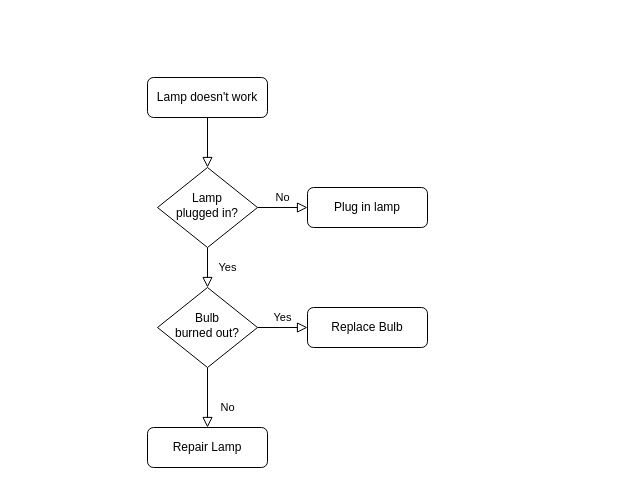
The draw.io diagram backupmanager/resources/drawio/backupmanager-process-flow.drawio in rchapin/backup_manager, before the edit. Source tidied: cells renumbered, new cells numbered last; positions are measured from the earlier drawing's top-left corner, leaving out a move shared by most shapes. Both pictures are drawn from the tidied source at 100%, with x=0, y=0 at pixel (147, 77).
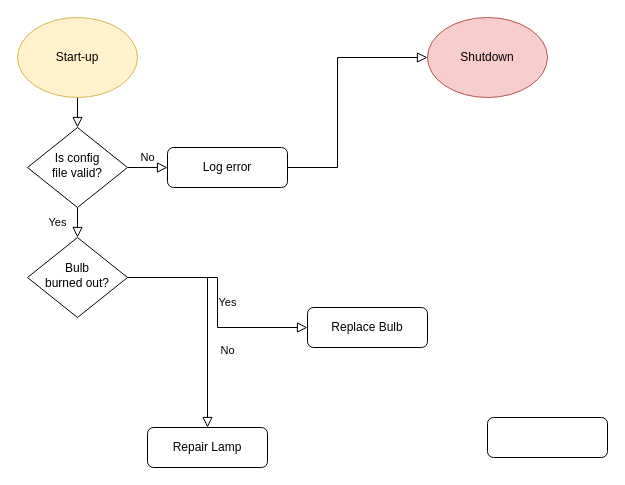
The same page after the edit.

The edit, as a diff of the source:
```diff
@@
 <mxGraphModel>
   <root>
     <mxCell id="0" />
     <mxCell id="1" parent="0" />
-    <mxCell id="2" style="rounded=0;html=1;jettySize=auto;fontSize=11;endArrow=block;endFill=0;endSize=8;strokeWidth=1;shadow=0;labelBackgroundColor=none;edgeStyle=orthogonalEdgeStyle;" parent="1" edge="1" source="3" target="6">
+    <mxCell id="2" style="rounded=0;html=1;jettySize=auto;fontSize=11;endArrow=block;endFill=0;endSize=8;strokeWidth=1;shadow=0;labelBackgroundColor=none;edgeStyle=orthogonalEdgeStyle;exitX=0.5;exitY=1;exitDx=0;exitDy=0;" parent="1" edge="1" source="13" target="6">
       <mxGeometry relative="1" as="geometry" />
     </mxCell>
-    <mxCell id="3" value="Lamp doesn't work" style="rounded=1;whiteSpace=wrap;html=1;fontSize=12;glass=0;strokeWidth=1;shadow=0;" parent="1" vertex="1">
-      <mxGeometry width="120" height="40" as="geometry" />
+    <mxCell id="3" style="rounded=1;whiteSpace=wrap;html=1;fontSize=12;glass=0;strokeWidth=1;shadow=0;" parent="1" vertex="1">
+      <mxGeometry x="340" y="340" width="120" height="40" as="geometry" />
     </mxCell>
     <mxCell id="4" value="Yes" style="rounded=0;html=1;jettySize=auto;fontSize=11;endArrow=block;endFill=0;endSize=8;strokeWidth=1;shadow=0;labelBackgroundColor=none;edgeStyle=orthogonalEdgeStyle;" parent="1" edge="1" source="6" target="10">
       <mxGeometry y="20" relative="1" as="geometry" />
     </mxCell>
     <mxCell id="5" value="No" style="edgeStyle=orthogonalEdgeStyle;rounded=0;html=1;jettySize=auto;fontSize=11;endArrow=block;endFill=0;endSize=8;strokeWidth=1;shadow=0;labelBackgroundColor=none;" parent="1" edge="1" source="6" target="7">
       <mxGeometry y="10" relative="1" as="geometry" />
     </mxCell>
-    <mxCell id="6" value="Lamp&lt;br&gt;plugged in?" style="rhombus;whiteSpace=wrap;html=1;shadow=0;fontFamily=Helvetica;fontSize=12;align=center;strokeWidth=1;spacing=6;spacingTop=-4;" parent="1" vertex="1">
-      <mxGeometry x="10" y="90" width="100" height="80" as="geometry" />
+    <mxCell id="6" value="Is config&lt;br&gt;file valid?" style="rhombus;whiteSpace=wrap;html=1;shadow=0;fontFamily=Helvetica;fontSize=12;align=center;strokeWidth=1;spacing=6;spacingTop=-4;" parent="1" vertex="1">
+      <mxGeometry x="-120" y="50" width="100" height="80" as="geometry" />
     </mxCell>
-    <mxCell id="7" value="Plug in lamp" style="rounded=1;whiteSpace=wrap;html=1;fontSize=12;glass=0;strokeWidth=1;shadow=0;" parent="1" vertex="1">
-      <mxGeometry x="160" y="110" width="120" height="40" as="geometry" />
+    <mxCell id="7" value="Log error&lt;br&gt;" style="rounded=1;whiteSpace=wrap;html=1;fontSize=12;glass=0;strokeWidth=1;shadow=0;" parent="1" vertex="1">
+      <mxGeometry x="20" y="70" width="120" height="40" as="geometry" />
     </mxCell>
     <mxCell id="8" value="No" style="rounded=0;html=1;jettySize=auto;fontSize=11;endArrow=block;endFill=0;endSize=8;strokeWidth=1;shadow=0;labelBackgroundColor=none;edgeStyle=orthogonalEdgeStyle;" parent="1" edge="1" source="10" target="11">
       <mxGeometry x="0.33" y="20" relative="1" as="geometry" />
     </mxCell>
     <mxCell id="9" value="Yes" style="edgeStyle=orthogonalEdgeStyle;rounded=0;html=1;jettySize=auto;fontSize=11;endArrow=block;endFill=0;endSize=8;strokeWidth=1;shadow=0;labelBackgroundColor=none;" parent="1" edge="1" source="10" target="12">
       <mxGeometry y="10" relative="1" as="geometry" />
     </mxCell>
     <mxCell id="10" value="Bulb&lt;br&gt;burned out?" style="rhombus;whiteSpace=wrap;html=1;shadow=0;fontFamily=Helvetica;fontSize=12;align=center;strokeWidth=1;spacing=6;spacingTop=-4;" parent="1" vertex="1">
-      <mxGeometry x="10" y="210" width="100" height="80" as="geometry" />
+      <mxGeometry x="-120" y="160" width="100" height="80" as="geometry" />
     </mxCell>
     <mxCell id="11" value="Repair Lamp" style="rounded=1;whiteSpace=wrap;html=1;fontSize=12;glass=0;strokeWidth=1;shadow=0;" parent="1" vertex="1">
       <mxGeometry y="350" width="120" height="40" as="geometry" />
     </mxCell>
     <mxCell id="12" value="Replace Bulb" style="rounded=1;whiteSpace=wrap;html=1;fontSize=12;glass=0;strokeWidth=1;shadow=0;" parent="1" vertex="1">
       <mxGeometry x="160" y="230" width="120" height="40" as="geometry" />
     </mxCell>
+    <mxCell id="13" value="Start-up" style="ellipse;whiteSpace=wrap;html=1;fillColor=#fff2cc;strokeColor=#d6b656;" parent="1" vertex="1">
+      <mxGeometry x="-130" y="-60" width="120" height="80" as="geometry" />
+    </mxCell>
+    <mxCell id="14" value="Shutdown" style="ellipse;whiteSpace=wrap;html=1;fillColor=#f8cecc;strokeColor=#b85450;" parent="1" vertex="1">
+      <mxGeometry x="280" y="-60" width="120" height="80" as="geometry" />
+    </mxCell>
+    <mxCell id="15" style="edgeStyle=orthogonalEdgeStyle;rounded=0;html=1;jettySize=auto;fontSize=11;endArrow=block;endFill=0;endSize=8;strokeWidth=1;shadow=0;labelBackgroundColor=none;entryX=0;entryY=0.5;entryDx=0;entryDy=0;exitX=1;exitY=0.5;exitDx=0;exitDy=0;" parent="1" edge="1" source="7" target="14">
+      <mxGeometry y="10" relative="1" as="geometry">
+        <Array as="points">
+          <mxPoint x="190" y="90" />
+          <mxPoint x="190" y="-20" />
+        </Array>
+      </mxGeometry>
+    </mxCell>
   </root>
 </mxGraphModel>
```
